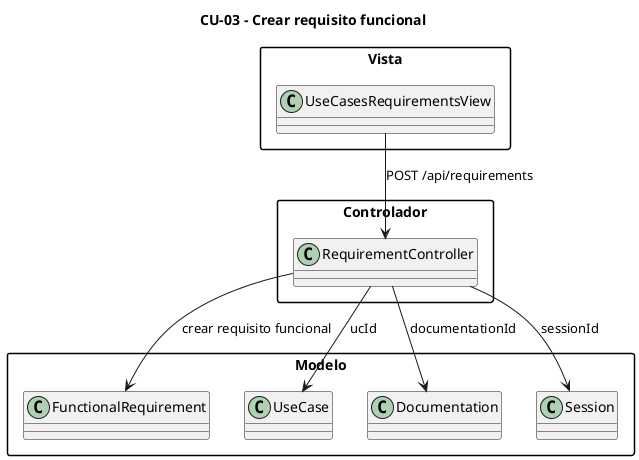
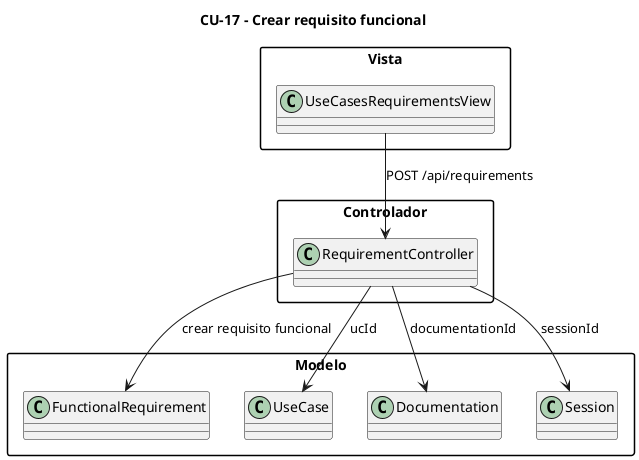
@startuml
skinparam packageStyle rectangle
skinparam shadowing false
skinparam classAttributeIconSize 0

- title CU-03 - Crear requisito funcional
+ title CU-17 - Crear requisito funcional

package "Vista" {
  class UseCasesRequirementsView
}

package "Controlador" {
  class RequirementController
}

package "Modelo" {
  class FunctionalRequirement
  class UseCase
  class Documentation
  class Session
}

UseCasesRequirementsView --> RequirementController : POST /api/requirements
RequirementController --> FunctionalRequirement : crear requisito funcional
RequirementController --> UseCase : ucId
RequirementController --> Documentation : documentationId
RequirementController --> Session : sessionId

@enduml
